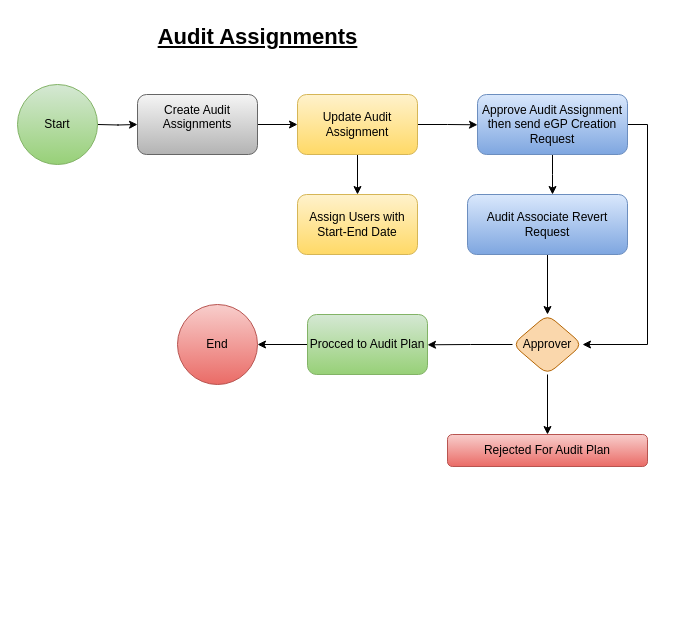
The draw.io diagram page "Audit Assignment Lvl 1" (2 of 31) of ERM & IA DFD.drawio in AvikM1996/draw.io, before the edit. Source tidied: cells renumbered, new cells numbered last; positions are measured from the earlier drawing's top-left corner, leaving out a move shared by most shapes. Both pictures are drawn from the tidied source at 100%, with x=0, y=0 at pixel (17, 17).
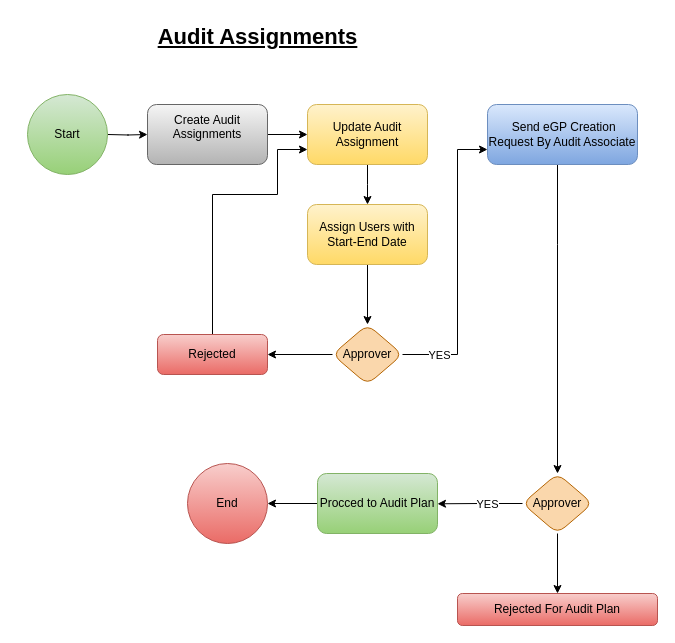
After the change.

What changed in the source:
```diff
@@
-    <mxCell id="2" style="edgeStyle=orthogonalEdgeStyle;rounded=0;orthogonalLoop=1;jettySize=auto;html=1;" parent="1" edge="1">
-      <mxGeometry relative="1" as="geometry">
-        <mxPoint x="80" y="107" as="sourcePoint" />
-        <mxPoint x="120" y="107" as="targetPoint" />
-      </mxGeometry>
-    </mxCell>
+    <mxCell id="18" value="&lt;font style=&quot;font-size: 22px;&quot;&gt;&lt;b&gt;&lt;u&gt;Audit Assignments&lt;/u&gt;&lt;/b&gt;&lt;/font&gt;" style="text;html=1;align=center;verticalAlign=middle;strokeColor=none;fillColor=none;strokeWidth=4;" parent="1" vertex="1">
+      <mxGeometry x="130" width="220" height="40" as="geometry" />
+    </mxCell>
+    <mxCell id="23" style="edgeStyle=orthogonalEdgeStyle;rounded=0;orthogonalLoop=1;jettySize=auto;html=1;" parent="1" edge="1">
+      <mxGeometry relative="1" as="geometry">
+        <mxPoint x="90" y="117" as="sourcePoint" />
+        <mxPoint x="130" y="117" as="targetPoint" />
+      </mxGeometry>
+    </mxCell>
@@
     <mxCell id="4" value="Create Audit Assignments&lt;div&gt;&lt;br/&gt;&lt;/div&gt;" style="rounded=1;whiteSpace=wrap;html=1;fillColor=#f5f5f5;strokeColor=#666666;gradientColor=#b3b3b3;" parent="1" vertex="1">
-      <mxGeometry x="120" y="77" width="120" height="60" as="geometry" />
+      <mxGeometry x="130" y="87" width="120" height="60" as="geometry" />
     </mxCell>
-    <mxCell id="5" style="edgeStyle=orthogonalEdgeStyle;rounded=0;jettySize=auto;html=1;exitX=1;exitY=0.5;exitDx=0;exitDy=0;" parent="1" edge="1" source="7">
-      <mxGeometry relative="1" as="geometry">
-        <mxPoint x="460" y="107.3" as="targetPoint" />
-      </mxGeometry>
-    </mxCell>
-    <mxCell id="6" style="edgeStyle=orthogonalEdgeStyle;rounded=0;jettySize=auto;html=1;exitX=0.5;exitY=1;exitDx=0;exitDy=0;entryX=0.5;entryY=0;entryDx=0;entryDy=0;" parent="1" edge="1" source="7" target="20">
-      <mxGeometry relative="1" as="geometry" />
-    </mxCell>
+    <mxCell id="24" style="edgeStyle=orthogonalEdgeStyle;rounded=0;jettySize=auto;html=1;exitX=0.5;exitY=1;exitDx=0;exitDy=0;entryX=0.5;entryY=0;entryDx=0;entryDy=0;" parent="1" edge="1" source="7">
+      <mxGeometry relative="1" as="geometry">
+        <mxPoint x="350" y="187" as="targetPoint" />
+      </mxGeometry>
+    </mxCell>
     <mxCell id="7" value="Update Audit Assignment" style="rounded=1;whiteSpace=wrap;html=1;fillColor=#fff2cc;strokeColor=#d6b656;gradientColor=#ffd966;" parent="1" vertex="1">
-      <mxGeometry x="280" y="77" width="120" height="60" as="geometry" />
+      <mxGeometry x="290" y="87" width="120" height="60" as="geometry" />
     </mxCell>
-    <mxCell id="8" style="edgeStyle=orthogonalEdgeStyle;rounded=0;jettySize=auto;html=1;exitX=0.5;exitY=1;exitDx=0;exitDy=0;" parent="1" edge="1" source="10">
-      <mxGeometry relative="1" as="geometry">
-        <mxPoint x="535" y="177" as="targetPoint" />
-      </mxGeometry>
-    </mxCell>
-    <mxCell id="9" style="edgeStyle=orthogonalEdgeStyle;rounded=0;jettySize=auto;html=1;exitX=1;exitY=0.5;exitDx=0;exitDy=0;entryX=1;entryY=0.5;entryDx=0;entryDy=0;" parent="1" edge="1" source="10" target="13">
-      <mxGeometry relative="1" as="geometry" />
-    </mxCell>
-    <mxCell id="10" value="Approve Audit Assignment then send eGP Creation Request" style="rounded=1;whiteSpace=wrap;html=1;glass=0;fillColor=#dae8fc;gradientColor=#7ea6e0;strokeColor=#6c8ebf;" parent="1" vertex="1">
-      <mxGeometry x="460" y="77" width="150" height="60" as="geometry" />
-    </mxCell>
-    <mxCell id="11" style="edgeStyle=orthogonalEdgeStyle;rounded=0;jettySize=auto;html=1;exitX=0;exitY=0.5;exitDx=0;exitDy=0;" parent="1" edge="1" source="13">
-      <mxGeometry relative="1" as="geometry">
-        <mxPoint x="410" y="327.3" as="targetPoint" />
-      </mxGeometry>
-    </mxCell>
-    <mxCell id="12" style="edgeStyle=orthogonalEdgeStyle;rounded=0;jettySize=auto;html=1;entryX=0.5;entryY=0;entryDx=0;entryDy=0;" parent="1" edge="1" source="13" target="14">
-      <mxGeometry relative="1" as="geometry" />
-    </mxCell>
-    <mxCell id="13" value="Approver" style="rhombus;whiteSpace=wrap;html=1;rounded=1;fillColor=#fad7ac;strokeColor=#b46504;" parent="1" vertex="1">
-      <mxGeometry x="495" y="297" width="70" height="60" as="geometry" />
-    </mxCell>
+    <mxCell id="25" style="edgeStyle=orthogonalEdgeStyle;rounded=0;jettySize=auto;html=1;entryX=0.5;entryY=0;entryDx=0;entryDy=0;" parent="1" edge="1" source="26" target="30">
+      <mxGeometry relative="1" as="geometry">
+        <Array as="points">
+          <mxPoint x="540" y="227" />
+          <mxPoint x="540" y="227" />
+        </Array>
+      </mxGeometry>
+    </mxCell>
+    <mxCell id="26" value="&amp;nbsp;Send eGP Creation Request By Audit Associate" style="rounded=1;whiteSpace=wrap;html=1;glass=0;fillColor=#dae8fc;gradientColor=#7ea6e0;strokeColor=#6c8ebf;" parent="1" vertex="1">
+      <mxGeometry x="470" y="87" width="150" height="60" as="geometry" />
+    </mxCell>
+    <mxCell id="27" style="edgeStyle=orthogonalEdgeStyle;rounded=0;jettySize=auto;html=1;exitX=0;exitY=0.5;exitDx=0;exitDy=0;" parent="1" edge="1" source="30">
+      <mxGeometry relative="1" as="geometry">
+        <mxPoint x="420" y="486.3" as="targetPoint" />
+      </mxGeometry>
+    </mxCell>
+    <mxCell id="28" value="YES" style="edgeLabel;html=1;align=center;verticalAlign=middle;" parent="27" vertex="1">
+      <mxGeometry x="-0.16" relative="1" as="geometry" />
+    </mxCell>
+    <mxCell id="29" style="edgeStyle=orthogonalEdgeStyle;rounded=0;jettySize=auto;html=1;entryX=0.5;entryY=0;entryDx=0;entryDy=0;" parent="1" edge="1" source="30" target="14">
+      <mxGeometry relative="1" as="geometry" />
+    </mxCell>
+    <mxCell id="30" value="Approver" style="rhombus;whiteSpace=wrap;html=1;rounded=1;fillColor=#fad7ac;strokeColor=#b46504;" parent="1" vertex="1">
+      <mxGeometry x="505" y="456" width="70" height="60" as="geometry" />
+    </mxCell>
     <mxCell id="14" value="Rejected For Audit Plan" style="rounded=1;whiteSpace=wrap;html=1;fillColor=#f8cecc;gradientColor=#ea6b66;strokeColor=#b85450;" parent="1" vertex="1">
-      <mxGeometry x="430" y="417" width="200" height="32" as="geometry" />
+      <mxGeometry x="440" y="576" width="200" height="32" as="geometry" />
     </mxCell>
@@
     <mxCell id="16" value="Procced to Audit Plan" style="rounded=1;whiteSpace=wrap;html=1;fillColor=#d5e8d4;gradientColor=#97d077;strokeColor=#82b366;" parent="1" vertex="1">
-      <mxGeometry x="290" y="297" width="120" height="60" as="geometry" />
+      <mxGeometry x="300" y="456" width="120" height="60" as="geometry" />
     </mxCell>
     <mxCell id="17" value="End" style="ellipse;whiteSpace=wrap;html=1;fillColor=#f8cecc;gradientColor=#ea6b66;strokeColor=#b85450;" parent="1" vertex="1">
-      <mxGeometry x="160" y="287" width="80" height="80" as="geometry" />
+      <mxGeometry x="170" y="446" width="80" height="80" as="geometry" />
     </mxCell>
-    <mxCell id="18" value="&lt;font style=&quot;font-size: 22px;&quot;&gt;&lt;b&gt;&lt;u&gt;Audit Assignments&lt;/u&gt;&lt;/b&gt;&lt;/font&gt;" style="text;html=1;align=center;verticalAlign=middle;strokeColor=none;fillColor=none;strokeWidth=4;" parent="1" vertex="1">
-      <mxGeometry x="130" width="220" height="40" as="geometry" />
-    </mxCell>
     <mxCell id="19" value="Start" style="ellipse;whiteSpace=wrap;html=1;fillColor=#d5e8d4;strokeColor=#82b366;gradientColor=#97d077;" parent="1" vertex="1">
-      <mxGeometry y="67" width="80" height="80" as="geometry" />
+      <mxGeometry x="10" y="77" width="80" height="80" as="geometry" />
     </mxCell>
+    <mxCell id="31" style="edgeStyle=orthogonalEdgeStyle;rounded=0;jettySize=auto;html=1;" parent="1" edge="1" source="20" target="35">
+      <mxGeometry relative="1" as="geometry" />
+    </mxCell>
     <mxCell id="20" value="Assign Users with Start-End Date" style="rounded=1;whiteSpace=wrap;html=1;fillColor=#fff2cc;gradientColor=#ffd966;strokeColor=#d6b656;" parent="1" vertex="1">
-      <mxGeometry x="280" y="177" width="120" height="60" as="geometry" />
+      <mxGeometry x="290" y="187" width="120" height="60" as="geometry" />
     </mxCell>
-    <mxCell id="21" style="edgeStyle=orthogonalEdgeStyle;rounded=0;jettySize=auto;html=1;exitX=0.5;exitY=1;exitDx=0;exitDy=0;entryX=0.5;entryY=0;entryDx=0;entryDy=0;" parent="1" edge="1" source="22" target="13">
-      <mxGeometry relative="1" as="geometry" />
-    </mxCell>
-    <mxCell id="22" value="Audit Associate Revert Request" style="rounded=1;whiteSpace=wrap;html=1;fillColor=#dae8fc;gradientColor=#7ea6e0;strokeColor=#6c8ebf;" parent="1" vertex="1">
-      <mxGeometry x="450" y="177" width="160" height="60" as="geometry" />
-    </mxCell>
+    <mxCell id="32" style="edgeStyle=orthogonalEdgeStyle;rounded=0;jettySize=auto;html=1;" parent="1" edge="1" source="35" target="37">
+      <mxGeometry relative="1" as="geometry" />
+    </mxCell>
+    <mxCell id="33" style="edgeStyle=orthogonalEdgeStyle;rounded=0;jettySize=auto;html=1;entryX=0;entryY=0.75;entryDx=0;entryDy=0;" parent="1" edge="1" source="35" target="26">
+      <mxGeometry relative="1" as="geometry">
+        <Array as="points">
+          <mxPoint x="440" y="337" />
+          <mxPoint x="440" y="132" />
+        </Array>
+      </mxGeometry>
+    </mxCell>
+    <mxCell id="34" value="YES" style="edgeLabel;html=1;align=center;verticalAlign=middle;" parent="33" vertex="1">
+      <mxGeometry x="-0.75" relative="1" as="geometry" />
+    </mxCell>
+    <mxCell id="35" value="Approver" style="rhombus;whiteSpace=wrap;html=1;rounded=1;fillColor=#fad7ac;strokeColor=#b46504;" parent="1" vertex="1">
+      <mxGeometry x="315" y="307" width="70" height="60" as="geometry" />
+    </mxCell>
+    <mxCell id="36" style="edgeStyle=orthogonalEdgeStyle;rounded=0;jettySize=auto;html=1;entryX=0;entryY=0.75;entryDx=0;entryDy=0;" parent="1" edge="1" source="37" target="7">
+      <mxGeometry relative="1" as="geometry">
+        <Array as="points">
+          <mxPoint x="195" y="177" />
+          <mxPoint x="260" y="177" />
+          <mxPoint x="260" y="132" />
+        </Array>
+      </mxGeometry>
+    </mxCell>
+    <mxCell id="37" value="Rejected" style="whiteSpace=wrap;html=1;fillColor=#f8cecc;strokeColor=#b85450;rounded=1;gradientColor=#ea6b66;" parent="1" vertex="1">
+      <mxGeometry x="140" y="317" width="110" height="40" as="geometry" />
+    </mxCell>
```
